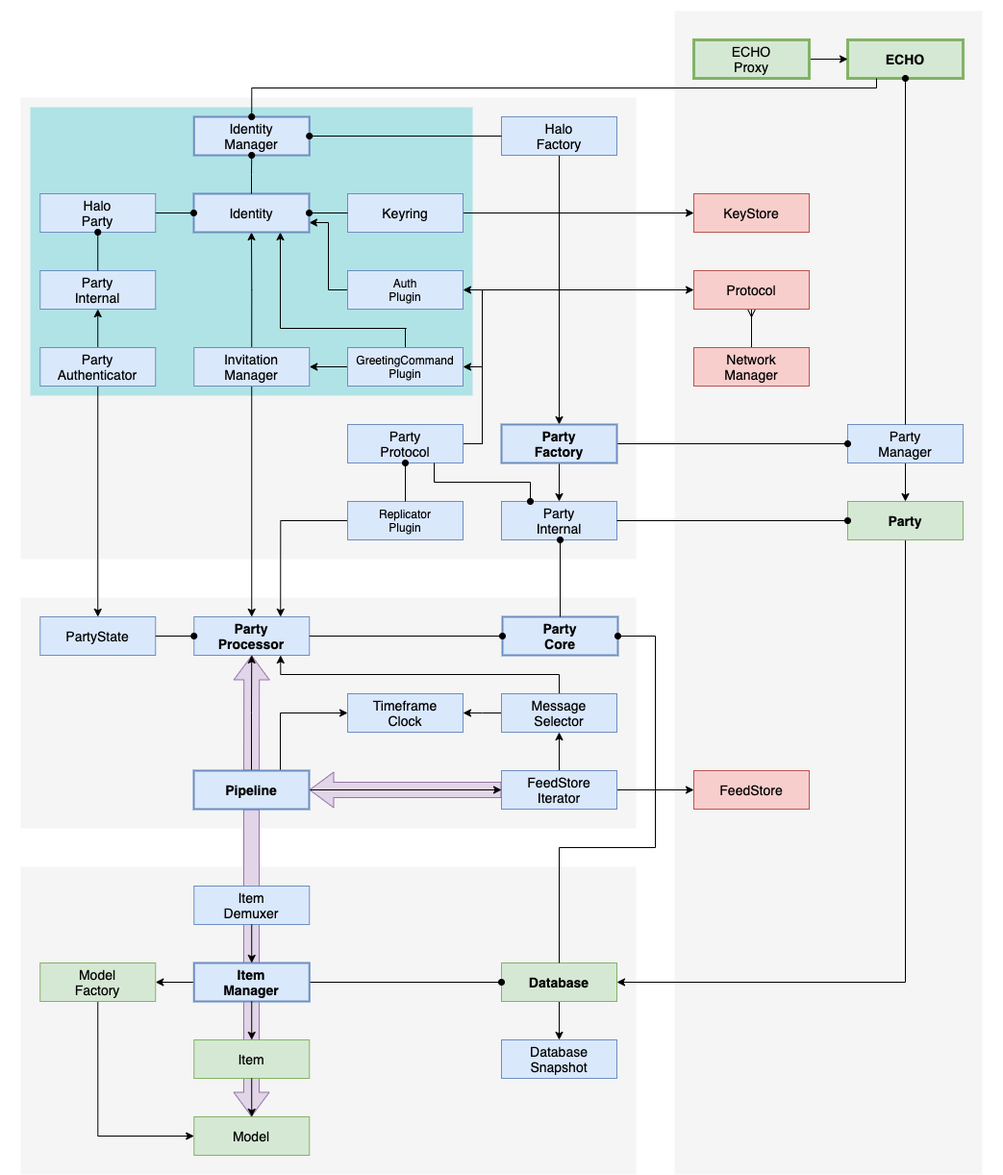
The draw.io diagram docs/diagrams/echo-architecture.png in dxos/dxos, before a commit. Source tidied: cells renumbered, new cells last; positions are measured from the earlier drawing's top-left corner, leaving out a move shared by most shapes.
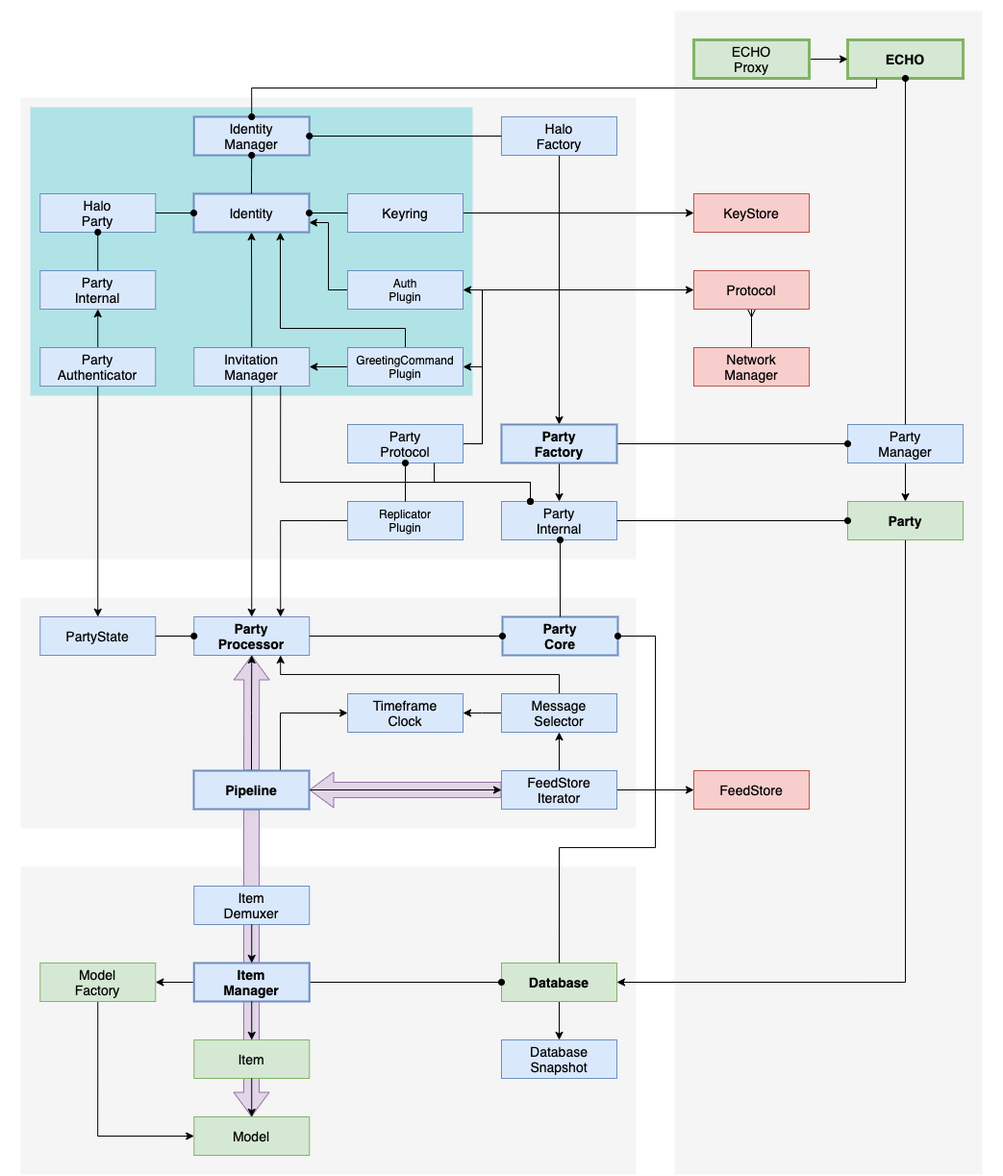
After the commit.

What changed in the source:
```diff
@@ -318,5 +318,14 @@
         </Array>
       </mxGeometry>
     </mxCell>
+    <mxCell id="95" style="edgeStyle=orthogonalEdgeStyle;rounded=0;jettySize=auto;html=1;exitX=0.75;exitY=1;exitDx=0;exitDy=0;endArrow=oval;endFill=1;" parent="1" edge="1" source="22">
+      <mxGeometry relative="1" as="geometry">
+        <mxPoint x="550" y="520" as="targetPoint" />
+        <Array as="points">
+          <mxPoint x="290" y="500" />
+          <mxPoint x="550" y="500" />
+        </Array>
+      </mxGeometry>
+    </mxCell>
   </root>
 </mxGraphModel>
```
